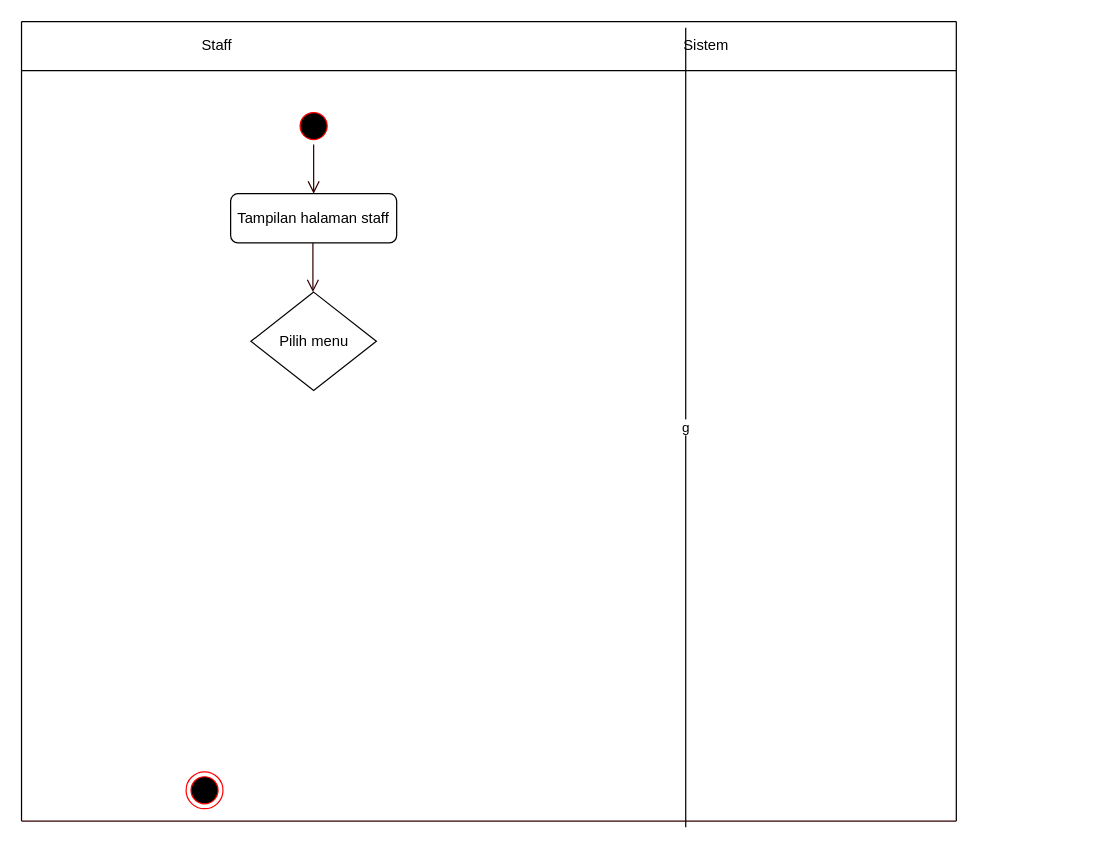
This is page "Ac_staff" (17 of 17) of draw.io/Proyek-3.drawio from Tugas-Proyek-Polindra/proyek-3, a draw.io file, before an edit. Source tidied: cells renumbered, new cells numbered last; positions are measured from the earlier drawing's top-left corner, leaving out a move shared by most shapes. Both pictures are drawn from the tidied source at 123%, with x=0, y=0 at pixel (21, 21).
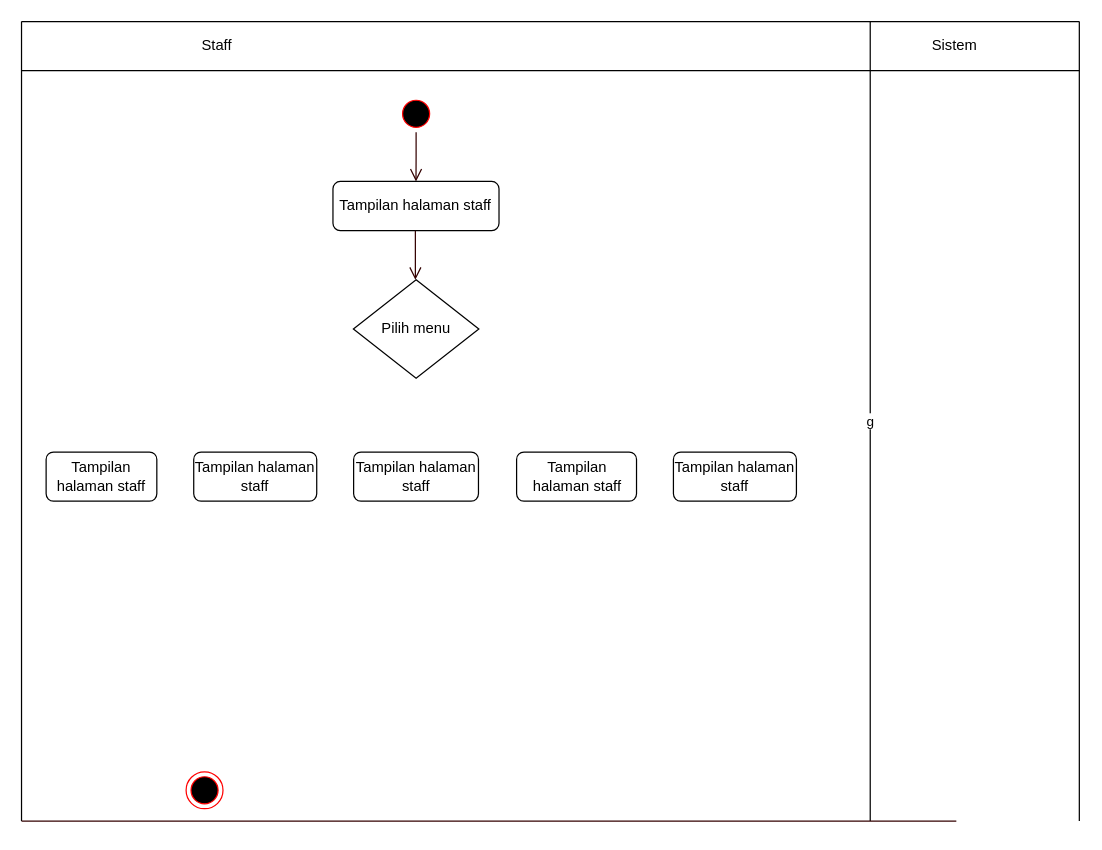
After the change.

The edit, as a diff of the source:
```diff
@@
     <mxCell id="3" value="Sistem&amp;nbsp;" style="text;html=1;align=center;verticalAlign=middle;strokeColor=none;fillColor=none;" parent="1" vertex="1">
-      <mxGeometry x="527.5" y="10" width="60" height="20" as="geometry" />
+      <mxGeometry x="730" y="10" width="60" height="20" as="geometry" />
     </mxCell>
     <mxCell id="4" style="ellipse;html=1;shape=startState;fillColor=#000000;strokeColor=#ff0000;" parent="1" vertex="1">
-      <mxGeometry x="222.5" y="70" width="30" height="30" as="geometry" />
+      <mxGeometry x="305.8" y="60" width="30" height="30" as="geometry" />
     </mxCell>
@@
     <mxCell id="6" value="Tampilan halaman staff" style="rounded=1;whiteSpace=wrap;html=1;" parent="1" vertex="1">
-      <mxGeometry x="170" y="140" width="135" height="40" as="geometry" />
+      <mxGeometry x="253.2" y="130" width="135" height="40" as="geometry" />
     </mxCell>
     <mxCell id="7" style="endArrow=none;html=1;rounded=0;" parent="1" edge="1">
       <mxGeometry relative="1" as="geometry">
         <mxPoint as="sourcePoint" />
-        <mxPoint x="760" as="targetPoint" />
+        <mxPoint x="860" as="targetPoint" />
       </mxGeometry>
     </mxCell>
     <mxCell id="8" style="endArrow=none;html=1;rounded=0;" parent="1" edge="1">
       <mxGeometry relative="1" as="geometry">
-        <mxPoint x="760" as="sourcePoint" />
-        <mxPoint x="760" y="650" as="targetPoint" />
+        <mxPoint x="860" as="sourcePoint" />
+        <mxPoint x="860" y="650" as="targetPoint" />
       </mxGeometry>
     </mxCell>
@@
     <mxCell id="10" style="endArrow=none;html=1;rounded=0;" parent="1" edge="1">
       <mxGeometry relative="1" as="geometry">
         <mxPoint y="40" as="sourcePoint" />
-        <mxPoint x="760" y="40" as="targetPoint" />
+        <mxPoint x="860" y="40" as="targetPoint" />
       </mxGeometry>
     </mxCell>
     <mxCell id="11" value="g" style="endArrow=none;html=1;rounded=0;" parent="1" edge="1">
       <mxGeometry relative="1" as="geometry">
-        <mxPoint x="540" y="5" as="sourcePoint" />
-        <mxPoint x="540" y="655" as="targetPoint" />
+        <mxPoint x="690" as="sourcePoint" />
+        <mxPoint x="690" y="650" as="targetPoint" />
       </mxGeometry>
     </mxCell>
@@
     <mxCell id="14" style="edgeStyle=orthogonalEdgeStyle;html=1;verticalAlign=bottom;endArrow=open;endSize=8;strokeColor=#330000;rounded=0;entryX=0.5;entryY=0;entryDx=0;entryDy=0;" parent="1" edge="1">
       <mxGeometry relative="1" as="geometry">
-        <mxPoint x="236.9" y="180" as="sourcePoint" />
-        <mxPoint x="236.9" y="220" as="targetPoint" />
+        <mxPoint x="320.2" y="170" as="sourcePoint" />
+        <mxPoint x="320.2" y="210" as="targetPoint" />
       </mxGeometry>
     </mxCell>
     <mxCell id="15" value="Pilih menu" style="rhombus;whiteSpace=wrap;html=1;" parent="1" vertex="1">
-      <mxGeometry x="186.5" y="220" width="102" height="80" as="geometry" />
+      <mxGeometry x="269.8" y="210" width="102" height="80" as="geometry" />
     </mxCell>
+    <mxCell id="16" value="Tampilan halaman staff" style="rounded=1;whiteSpace=wrap;html=1;" parent="1" vertex="1">
+      <mxGeometry x="20" y="350" width="90" height="40" as="geometry" />
+    </mxCell>
+    <mxCell id="17" value="Tampilan halaman staff" style="rounded=1;whiteSpace=wrap;html=1;" parent="1" vertex="1">
+      <mxGeometry x="140" y="350" width="100" height="40" as="geometry" />
+    </mxCell>
+    <mxCell id="18" value="Tampilan halaman staff" style="rounded=1;whiteSpace=wrap;html=1;" parent="1" vertex="1">
+      <mxGeometry x="270" y="350" width="101.5" height="40" as="geometry" />
+    </mxCell>
+    <mxCell id="19" value="Tampilan halaman staff" style="rounded=1;whiteSpace=wrap;html=1;" parent="1" vertex="1">
+      <mxGeometry x="402.5" y="350" width="97.5" height="40" as="geometry" />
+    </mxCell>
+    <mxCell id="20" value="Tampilan halaman staff" style="rounded=1;whiteSpace=wrap;html=1;" parent="1" vertex="1">
+      <mxGeometry x="530" y="350" width="100" height="40" as="geometry" />
+    </mxCell>
```
